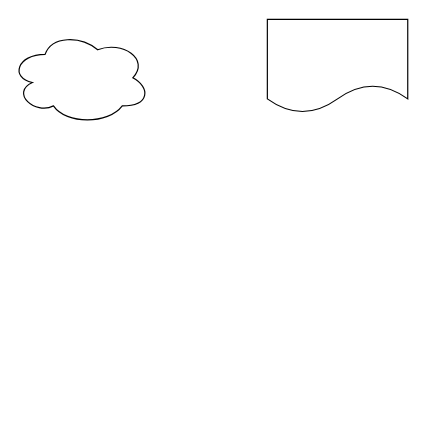
hiroya-sano/test-repo keeps this draw.io diagram as page "ページ2" (2 of 2) of drawio/integ_drawio_test.drawio. Above is the earlier version. Source tidied: cells renumbered, new cells numbered last; positions are measured from the earlier drawing's top-left corner, leaving out a move shared by most shapes. Both pictures are drawn from the tidied source at 117%, with x=0, y=0 at pixel (9, 19).
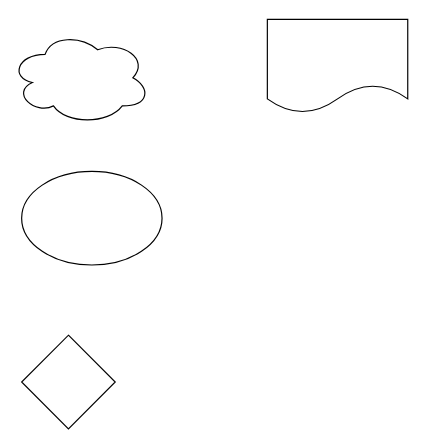
After the change.

What changed in the source:
```diff
@@
 <mxGraphModel>
   <root>
     <mxCell id="0" />
     <mxCell id="1" parent="0" />
     <mxCell id="2" style="ellipse;shape=cloud;whiteSpace=wrap;html=1;" parent="1" vertex="1">
       <mxGeometry y="10" width="120" height="80" as="geometry" />
     </mxCell>
     <mxCell id="3" style="shape=document;whiteSpace=wrap;html=1;boundedLbl=1;" parent="1" vertex="1">
       <mxGeometry x="220" width="120" height="80" as="geometry" />
     </mxCell>
+    <mxCell id="4" style="ellipse;whiteSpace=wrap;html=1;" parent="1" vertex="1">
+      <mxGeometry x="10" y="130" width="120" height="80" as="geometry" />
+    </mxCell>
+    <mxCell id="5" style="rhombus;whiteSpace=wrap;html=1;" parent="1" vertex="1">
+      <mxGeometry x="10" y="270" width="80" height="80" as="geometry" />
+    </mxCell>
   </root>
 </mxGraphModel>
```
